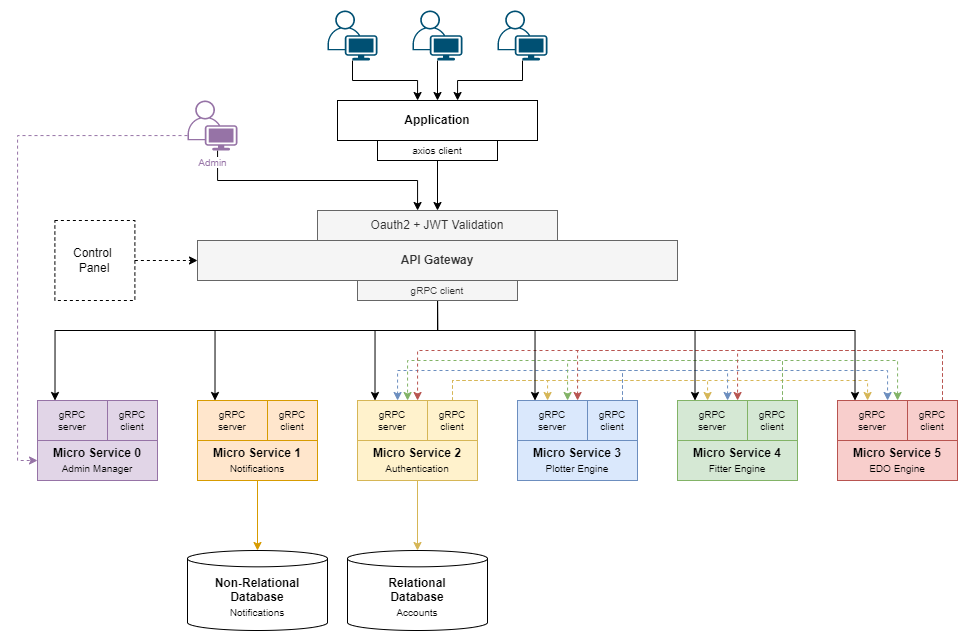
Above: docs/schemas/Architecture_HLA_general.png in LionOfGraphs/log (draw.io), before the change. Source tidied: cells renumbered, new cells last; positions are measured from the earlier drawing's top-left corner, leaving out a move shared by most shapes. Its diagram source:
```xml
<mxGraphModel>
  <root>
    <mxCell id="0" />
    <mxCell id="1" parent="0" />
    <mxCell id="2" style="edgeStyle=orthogonalEdgeStyle;rounded=0;jettySize=auto;html=1;fontSize=10;fillColor=#fff2cc;strokeColor=#d6b656;" parent="1" edge="1" source="3" target="53">
      <mxGeometry relative="1" as="geometry" />
    </mxCell>
    <mxCell id="3" value="&lt;b&gt;Micro Service 2&lt;br&gt;&lt;/b&gt;&lt;font style=&quot;font-size: 10px&quot;&gt;Authentication&lt;/font&gt;" style="rounded=0;whiteSpace=wrap;html=1;fillColor=#fff2cc;strokeColor=#d6b656;" parent="1" vertex="1">
      <mxGeometry x="340" y="430" width="120" height="40" as="geometry" />
    </mxCell>
    <mxCell id="4" value="API Gateway" style="rounded=0;whiteSpace=wrap;html=1;fontStyle=1;fillColor=#f5f5f5;fontColor=#333333;strokeColor=#666666;" parent="1" vertex="1">
      <mxGeometry x="180" y="230" width="480" height="40" as="geometry" />
    </mxCell>
    <mxCell id="5" value="&lt;b&gt;Micro Service 3&lt;br&gt;&lt;/b&gt;&lt;font style=&quot;font-size: 10px&quot;&gt;Plotter Engine&lt;/font&gt;" style="rounded=0;whiteSpace=wrap;html=1;fillColor=#dae8fc;strokeColor=#6c8ebf;" parent="1" vertex="1">
      <mxGeometry x="500" y="430" width="120" height="40" as="geometry" />
    </mxCell>
    <mxCell id="6" style="edgeStyle=orthogonalEdgeStyle;rounded=0;jettySize=auto;html=1;" parent="1" edge="1" source="7" target="49">
      <mxGeometry relative="1" as="geometry">
        <Array as="points">
          <mxPoint x="335" y="70" />
          <mxPoint x="400" y="70" />
        </Array>
      </mxGeometry>
    </mxCell>
    <mxCell id="7" style="points=[[0.35,0,0],[0.98,0.51,0],[1,0.71,0],[0.67,1,0],[0,0.795,0],[0,0.65,0]];verticalLabelPosition=bottom;sketch=0;html=1;verticalAlign=top;align=center;shape=mxgraph.cisco19.user;fillColor=#005073;strokeColor=none;fontSize=10;" parent="1" vertex="1">
      <mxGeometry x="310" width="50" height="50" as="geometry" />
    </mxCell>
    <mxCell id="8" value="&lt;b&gt;Micro Service 4&lt;br&gt;&lt;/b&gt;&lt;font style=&quot;font-size: 10px&quot;&gt;Fitter Engine&lt;/font&gt;" style="rounded=0;whiteSpace=wrap;html=1;fillColor=#d5e8d4;strokeColor=#82b366;" parent="1" vertex="1">
      <mxGeometry x="660" y="430" width="120" height="40" as="geometry" />
    </mxCell>
    <mxCell id="9" value="&lt;b&gt;Micro Service 5&lt;br&gt;&lt;/b&gt;&lt;font style=&quot;font-size: 10px&quot;&gt;EDO Engine&lt;/font&gt;" style="rounded=0;whiteSpace=wrap;html=1;fillColor=#f8cecc;strokeColor=#b85450;" parent="1" vertex="1">
      <mxGeometry x="820" y="430" width="120" height="40" as="geometry" />
    </mxCell>
    <mxCell id="10" style="edgeStyle=orthogonalEdgeStyle;rounded=0;jettySize=auto;html=1;" parent="1" edge="1" source="11" target="49">
      <mxGeometry relative="1" as="geometry">
        <Array as="points">
          <mxPoint x="505" y="70" />
          <mxPoint x="440" y="70" />
        </Array>
      </mxGeometry>
    </mxCell>
    <mxCell id="11" style="points=[[0.35,0,0],[0.98,0.51,0],[1,0.71,0],[0.67,1,0],[0,0.795,0],[0,0.65,0]];verticalLabelPosition=bottom;sketch=0;html=1;verticalAlign=top;align=center;shape=mxgraph.cisco19.user;fillColor=#005073;strokeColor=none;fontSize=10;" parent="1" vertex="1">
      <mxGeometry x="480" width="50" height="50" as="geometry" />
    </mxCell>
    <mxCell id="12" value="gRPC&lt;br&gt;server" style="rounded=0;whiteSpace=wrap;html=1;fontSize=10;fillColor=#fff2cc;strokeColor=#d6b656;" parent="1" vertex="1">
      <mxGeometry x="340" y="390" width="70" height="40" as="geometry" />
    </mxCell>
    <mxCell id="13" style="edgeStyle=orthogonalEdgeStyle;rounded=0;jettySize=auto;html=1;dashed=1;fontSize=10;fillColor=#fff2cc;strokeColor=#d6b656;" parent="1" edge="1" source="16" target="17">
      <mxGeometry relative="1" as="geometry">
        <Array as="points">
          <mxPoint x="435" y="370" />
          <mxPoint x="530" y="370" />
        </Array>
      </mxGeometry>
    </mxCell>
    <mxCell id="14" style="edgeStyle=orthogonalEdgeStyle;rounded=0;jettySize=auto;html=1;dashed=1;fontSize=10;fillColor=#fff2cc;strokeColor=#d6b656;" parent="1" edge="1" source="16" target="22">
      <mxGeometry relative="1" as="geometry">
        <Array as="points">
          <mxPoint x="435" y="370" />
          <mxPoint x="690" y="370" />
        </Array>
      </mxGeometry>
    </mxCell>
    <mxCell id="15" style="edgeStyle=orthogonalEdgeStyle;rounded=0;jettySize=auto;html=1;dashed=1;fontSize=10;fillColor=#fff2cc;strokeColor=#d6b656;" parent="1" edge="1" source="16" target="27">
      <mxGeometry relative="1" as="geometry">
        <Array as="points">
          <mxPoint x="435" y="370" />
          <mxPoint x="850" y="370" />
        </Array>
      </mxGeometry>
    </mxCell>
    <mxCell id="16" value="gRPC&lt;br&gt;client" style="rounded=0;whiteSpace=wrap;html=1;fontSize=10;fillColor=#fff2cc;strokeColor=#d6b656;" parent="1" vertex="1">
      <mxGeometry x="410" y="390" width="50" height="40" as="geometry" />
    </mxCell>
    <mxCell id="17" value="gRPC&lt;br&gt;server" style="rounded=0;whiteSpace=wrap;html=1;fontSize=10;fillColor=#dae8fc;strokeColor=#6c8ebf;" parent="1" vertex="1">
      <mxGeometry x="500" y="390" width="70" height="40" as="geometry" />
    </mxCell>
    <mxCell id="18" style="edgeStyle=orthogonalEdgeStyle;rounded=0;jettySize=auto;html=1;dashed=1;fontSize=10;fillColor=#dae8fc;strokeColor=#6c8ebf;" parent="1" edge="1" source="21" target="12">
      <mxGeometry relative="1" as="geometry">
        <Array as="points">
          <mxPoint x="605" y="360" />
          <mxPoint x="380" y="360" />
        </Array>
      </mxGeometry>
    </mxCell>
    <mxCell id="19" style="edgeStyle=orthogonalEdgeStyle;rounded=0;jettySize=auto;html=1;dashed=1;fontSize=10;fillColor=#dae8fc;strokeColor=#6c8ebf;" parent="1" edge="1" source="21" target="22">
      <mxGeometry relative="1" as="geometry">
        <Array as="points">
          <mxPoint x="605" y="360" />
          <mxPoint x="710" y="360" />
        </Array>
      </mxGeometry>
    </mxCell>
    <mxCell id="20" style="edgeStyle=orthogonalEdgeStyle;rounded=0;jettySize=auto;html=1;dashed=1;fontSize=10;fillColor=#dae8fc;strokeColor=#6c8ebf;" parent="1" edge="1" source="21" target="27">
      <mxGeometry relative="1" as="geometry">
        <Array as="points">
          <mxPoint x="605" y="360" />
          <mxPoint x="870" y="360" />
        </Array>
      </mxGeometry>
    </mxCell>
    <mxCell id="21" value="gRPC&lt;br&gt;client" style="rounded=0;whiteSpace=wrap;html=1;fontSize=10;fillColor=#dae8fc;strokeColor=#6c8ebf;" parent="1" vertex="1">
      <mxGeometry x="570" y="390" width="50" height="40" as="geometry" />
    </mxCell>
    <mxCell id="22" value="gRPC&lt;br&gt;server" style="rounded=0;whiteSpace=wrap;html=1;fontSize=10;fillColor=#d5e8d4;strokeColor=#82b366;" parent="1" vertex="1">
      <mxGeometry x="660" y="390" width="70" height="40" as="geometry" />
    </mxCell>
    <mxCell id="23" style="edgeStyle=orthogonalEdgeStyle;rounded=0;jettySize=auto;html=1;dashed=1;fontSize=10;fillColor=#d5e8d4;strokeColor=#82b366;" parent="1" edge="1" source="26" target="17">
      <mxGeometry relative="1" as="geometry">
        <Array as="points">
          <mxPoint x="765" y="350" />
          <mxPoint x="550" y="350" />
        </Array>
      </mxGeometry>
    </mxCell>
    <mxCell id="24" style="edgeStyle=orthogonalEdgeStyle;rounded=0;jettySize=auto;html=1;dashed=1;fontSize=10;fillColor=#d5e8d4;strokeColor=#82b366;" parent="1" edge="1" source="26" target="27">
      <mxGeometry relative="1" as="geometry">
        <Array as="points">
          <mxPoint x="765" y="350" />
          <mxPoint x="880" y="350" />
        </Array>
      </mxGeometry>
    </mxCell>
    <mxCell id="25" style="edgeStyle=orthogonalEdgeStyle;rounded=0;jettySize=auto;html=1;dashed=1;fontSize=10;fillColor=#d5e8d4;strokeColor=#82b366;" parent="1" edge="1" source="26" target="12">
      <mxGeometry relative="1" as="geometry">
        <Array as="points">
          <mxPoint x="765" y="350" />
          <mxPoint x="390" y="350" />
        </Array>
      </mxGeometry>
    </mxCell>
    <mxCell id="26" value="gRPC&lt;br&gt;client" style="rounded=0;whiteSpace=wrap;html=1;fontSize=10;fillColor=#d5e8d4;strokeColor=#82b366;" parent="1" vertex="1">
      <mxGeometry x="730" y="390" width="50" height="40" as="geometry" />
    </mxCell>
    <mxCell id="27" value="gRPC&lt;br&gt;server" style="rounded=0;whiteSpace=wrap;html=1;fontSize=10;fillColor=#f8cecc;strokeColor=#b85450;" parent="1" vertex="1">
      <mxGeometry x="820" y="390" width="70" height="40" as="geometry" />
    </mxCell>
    <mxCell id="28" style="edgeStyle=orthogonalEdgeStyle;rounded=0;jettySize=auto;html=1;dashed=1;fontSize=10;fillColor=#f8cecc;strokeColor=#b85450;" parent="1" edge="1" source="31" target="22">
      <mxGeometry relative="1" as="geometry">
        <Array as="points">
          <mxPoint x="925" y="340" />
          <mxPoint x="720" y="340" />
        </Array>
      </mxGeometry>
    </mxCell>
    <mxCell id="29" style="edgeStyle=orthogonalEdgeStyle;rounded=0;jettySize=auto;html=1;dashed=1;fontSize=10;fillColor=#f8cecc;strokeColor=#b85450;" parent="1" edge="1" source="31" target="17">
      <mxGeometry relative="1" as="geometry">
        <Array as="points">
          <mxPoint x="925" y="340" />
          <mxPoint x="560" y="340" />
        </Array>
      </mxGeometry>
    </mxCell>
    <mxCell id="30" style="edgeStyle=orthogonalEdgeStyle;rounded=0;jettySize=auto;html=1;dashed=1;fontSize=10;fillColor=#f8cecc;strokeColor=#b85450;" parent="1" edge="1" source="31" target="12">
      <mxGeometry relative="1" as="geometry">
        <Array as="points">
          <mxPoint x="925" y="340" />
          <mxPoint x="400" y="340" />
        </Array>
      </mxGeometry>
    </mxCell>
    <mxCell id="31" value="gRPC&lt;br&gt;client" style="rounded=0;whiteSpace=wrap;html=1;fontSize=10;fillColor=#f8cecc;strokeColor=#b85450;" parent="1" vertex="1">
      <mxGeometry x="890" y="390" width="50" height="40" as="geometry" />
    </mxCell>
    <mxCell id="32" value="Oauth2 + JWT Validation" style="rounded=0;whiteSpace=wrap;html=1;fillColor=#f5f5f5;fontColor=#333333;strokeColor=#666666;" parent="1" vertex="1">
      <mxGeometry x="300" y="200" width="240" height="30" as="geometry" />
    </mxCell>
    <mxCell id="33" style="edgeStyle=orthogonalEdgeStyle;rounded=0;jettySize=auto;html=1;entryX=0.25;entryY=0;entryDx=0;entryDy=0;" parent="1" edge="1" source="39" target="12">
      <mxGeometry relative="1" as="geometry">
        <Array as="points">
          <mxPoint x="420" y="320" />
          <mxPoint x="358" y="320" />
        </Array>
      </mxGeometry>
    </mxCell>
    <mxCell id="34" style="edgeStyle=orthogonalEdgeStyle;rounded=0;jettySize=auto;html=1;exitX=0.5;exitY=1;exitDx=0;exitDy=0;entryX=0.25;entryY=0;entryDx=0;entryDy=0;" parent="1" edge="1" source="39" target="59">
      <mxGeometry relative="1" as="geometry">
        <Array as="points">
          <mxPoint x="420" y="320" />
          <mxPoint x="198" y="320" />
        </Array>
      </mxGeometry>
    </mxCell>
    <mxCell id="35" style="edgeStyle=orthogonalEdgeStyle;rounded=0;jettySize=auto;html=1;exitX=0.5;exitY=1;exitDx=0;exitDy=0;entryX=0.25;entryY=0;entryDx=0;entryDy=0;" parent="1" edge="1" source="39" target="43">
      <mxGeometry relative="1" as="geometry">
        <Array as="points">
          <mxPoint x="420" y="320" />
          <mxPoint x="38" y="320" />
        </Array>
      </mxGeometry>
    </mxCell>
    <mxCell id="36" style="edgeStyle=orthogonalEdgeStyle;rounded=0;jettySize=auto;html=1;entryX=0.25;entryY=0;entryDx=0;entryDy=0;" parent="1" edge="1" source="39" target="17">
      <mxGeometry relative="1" as="geometry">
        <Array as="points">
          <mxPoint x="420" y="320" />
          <mxPoint x="518" y="320" />
        </Array>
      </mxGeometry>
    </mxCell>
    <mxCell id="37" style="edgeStyle=orthogonalEdgeStyle;rounded=0;jettySize=auto;html=1;exitX=0.5;exitY=1;exitDx=0;exitDy=0;entryX=0.25;entryY=0;entryDx=0;entryDy=0;" parent="1" edge="1" source="39" target="22">
      <mxGeometry relative="1" as="geometry">
        <Array as="points">
          <mxPoint x="420" y="320" />
          <mxPoint x="678" y="320" />
        </Array>
      </mxGeometry>
    </mxCell>
    <mxCell id="38" style="edgeStyle=orthogonalEdgeStyle;rounded=0;jettySize=auto;html=1;exitX=0.5;exitY=1;exitDx=0;exitDy=0;entryX=0.25;entryY=0;entryDx=0;entryDy=0;" parent="1" edge="1" source="39" target="27">
      <mxGeometry relative="1" as="geometry">
        <Array as="points">
          <mxPoint x="420" y="320" />
          <mxPoint x="838" y="320" />
        </Array>
      </mxGeometry>
    </mxCell>
    <mxCell id="39" value="gRPC client" style="rounded=0;whiteSpace=wrap;html=1;fontSize=10;fillColor=#f5f5f5;fontColor=#333333;strokeColor=#666666;" parent="1" vertex="1">
      <mxGeometry x="340" y="270" width="160" height="20" as="geometry" />
    </mxCell>
    <mxCell id="40" style="edgeStyle=orthogonalEdgeStyle;rounded=0;jettySize=auto;html=1;" parent="1" edge="1" source="41" target="49">
      <mxGeometry relative="1" as="geometry" />
    </mxCell>
    <mxCell id="41" style="points=[[0.35,0,0],[0.98,0.51,0],[1,0.71,0],[0.67,1,0],[0,0.795,0],[0,0.65,0]];verticalLabelPosition=bottom;sketch=0;html=1;verticalAlign=top;align=center;shape=mxgraph.cisco19.user;fillColor=#005073;strokeColor=none;fontSize=10;" parent="1" vertex="1">
      <mxGeometry x="395" width="50" height="50" as="geometry" />
    </mxCell>
    <mxCell id="42" value="&lt;b&gt;Micro Service 0&lt;br&gt;&lt;/b&gt;&lt;font style=&quot;font-size: 10px&quot;&gt;Admin Manager&lt;/font&gt;" style="rounded=0;whiteSpace=wrap;html=1;fillColor=#e1d5e7;strokeColor=#9673a6;" parent="1" vertex="1">
      <mxGeometry x="20" y="430" width="120" height="40" as="geometry" />
    </mxCell>
    <mxCell id="43" value="gRPC&lt;br&gt;server" style="rounded=0;whiteSpace=wrap;html=1;fontSize=10;fillColor=#e1d5e7;strokeColor=#9673a6;" parent="1" vertex="1">
      <mxGeometry x="20" y="390" width="70" height="40" as="geometry" />
    </mxCell>
    <mxCell id="44" value="gRPC&lt;br&gt;client" style="rounded=0;whiteSpace=wrap;html=1;fontSize=10;fillColor=#e1d5e7;strokeColor=#9673a6;" parent="1" vertex="1">
      <mxGeometry x="90" y="390" width="50" height="40" as="geometry" />
    </mxCell>
    <mxCell id="45" style="edgeStyle=orthogonalEdgeStyle;rounded=0;jettySize=auto;html=1;fontSize=10;dashed=1;strokeColor=#9673A6;" parent="1" edge="1" source="47" target="42">
      <mxGeometry relative="1" as="geometry">
        <Array as="points">
          <mxPoint y="125" />
          <mxPoint y="450" />
        </Array>
      </mxGeometry>
    </mxCell>
    <mxCell id="46" style="edgeStyle=orthogonalEdgeStyle;rounded=0;jettySize=auto;html=1;fontSize=10;strokeColor=#000000;" parent="1" edge="1" source="47" target="32">
      <mxGeometry relative="1" as="geometry">
        <Array as="points">
          <mxPoint x="200" y="170" />
          <mxPoint x="400" y="170" />
        </Array>
      </mxGeometry>
    </mxCell>
    <mxCell id="47" value="&lt;span style=&quot;background-color: rgb(255 , 255 , 255)&quot;&gt;&lt;font color=&quot;#9673a6&quot;&gt;Admin&lt;/font&gt;&lt;/span&gt;" style="points=[[0.35,0,0],[0.98,0.51,0],[1,0.71,0],[0.67,1,0],[0,0.795,0],[0,0.65,0]];verticalLabelPosition=bottom;sketch=0;html=1;verticalAlign=top;align=center;shape=mxgraph.cisco19.user;fillColor=#9673A6;strokeColor=none;fontSize=10;" parent="1" vertex="1">
      <mxGeometry x="170" y="90" width="50" height="50" as="geometry" />
    </mxCell>
    <mxCell id="48" style="edgeStyle=orthogonalEdgeStyle;rounded=0;jettySize=auto;html=1;" parent="1" edge="1" source="50" target="32">
      <mxGeometry relative="1" as="geometry" />
    </mxCell>
    <mxCell id="49" value="Application" style="rounded=0;whiteSpace=wrap;html=1;fontStyle=1;" parent="1" vertex="1">
      <mxGeometry x="320" y="90" width="200" height="40" as="geometry" />
    </mxCell>
    <mxCell id="50" value="axios client" style="rounded=0;whiteSpace=wrap;html=1;fontSize=10;" parent="1" vertex="1">
      <mxGeometry x="360" y="130" width="120" height="20" as="geometry" />
    </mxCell>
    <mxCell id="51" style="group;" parent="1" vertex="1">
      <mxGeometry x="330" y="540" width="140" height="80" as="geometry" />
    </mxCell>
    <mxCell id="52" style="group;" parent="51" vertex="1">
      <mxGeometry width="140" height="80" as="geometry" />
    </mxCell>
    <mxCell id="53" value="&lt;b&gt;Relational&lt;br&gt;Database&lt;br&gt;&lt;/b&gt;&lt;font style=&quot;font-size: 10px&quot;&gt;Accounts&lt;br&gt;&lt;/font&gt;" style="shape=cylinder3;whiteSpace=wrap;html=1;boundedLbl=1;backgroundOutline=1;size=8.166646321614621;fontSize=12;strokeColor=default;strokeWidth=1;fillColor=none;" parent="52" vertex="1">
      <mxGeometry width="140" height="80" as="geometry" />
    </mxCell>
    <mxCell id="54" style="group;" parent="1" vertex="1">
      <mxGeometry x="170" y="540" width="140" height="80" as="geometry" />
    </mxCell>
    <mxCell id="55" style="group;" parent="54" vertex="1">
      <mxGeometry width="140" height="80" as="geometry" />
    </mxCell>
    <mxCell id="56" value="&lt;b&gt;Non-Relational&lt;br&gt;Database&lt;br&gt;&lt;/b&gt;&lt;font style=&quot;font-size: 10px&quot;&gt;Notifications&lt;br&gt;&lt;/font&gt;" style="shape=cylinder3;whiteSpace=wrap;html=1;boundedLbl=1;backgroundOutline=1;size=8.166646321614621;fontSize=12;strokeColor=default;strokeWidth=1;fillColor=none;" parent="55" vertex="1">
      <mxGeometry width="140" height="80" as="geometry" />
    </mxCell>
    <mxCell id="57" style="edgeStyle=orthogonalEdgeStyle;rounded=0;jettySize=auto;html=1;exitX=0.5;exitY=1;exitDx=0;exitDy=0;fontFamily=Helvetica;fontSize=12;fontColor=default;fillColor=#ffe6cc;strokeColor=#d79b00;" parent="1" edge="1" source="58" target="56">
      <mxGeometry relative="1" as="geometry" />
    </mxCell>
    <mxCell id="58" value="&lt;b&gt;Micro Service 1&lt;br&gt;&lt;/b&gt;&lt;font style=&quot;font-size: 10px&quot;&gt;Notifications&lt;/font&gt;" style="rounded=0;whiteSpace=wrap;html=1;fillColor=#ffe6cc;strokeColor=#d79b00;" parent="1" vertex="1">
      <mxGeometry x="180" y="430" width="120" height="40" as="geometry" />
    </mxCell>
    <mxCell id="59" value="gRPC&lt;br&gt;server" style="rounded=0;whiteSpace=wrap;html=1;fontSize=10;fillColor=#ffe6cc;strokeColor=#d79b00;" parent="1" vertex="1">
      <mxGeometry x="180" y="390" width="70" height="40" as="geometry" />
    </mxCell>
    <mxCell id="60" value="gRPC&lt;br&gt;client" style="rounded=0;whiteSpace=wrap;html=1;fontSize=10;fillColor=#ffe6cc;strokeColor=#d79b00;" parent="1" vertex="1">
      <mxGeometry x="250" y="390" width="50" height="40" as="geometry" />
    </mxCell>
    <mxCell id="61" style="edgeStyle=orthogonalEdgeStyle;rounded=0;jettySize=auto;html=1;fontSize=10;dashed=1;" parent="1" edge="1" source="62" target="4">
      <mxGeometry relative="1" as="geometry" />
    </mxCell>
    <mxCell id="62" value="Control &lt;br&gt;Panel" style="rounded=0;whiteSpace=wrap;html=1;dashed=1;" parent="1" vertex="1">
      <mxGeometry x="37.4" y="210" width="80" height="80" as="geometry" />
    </mxCell>
  </root>
</mxGraphModel>
```
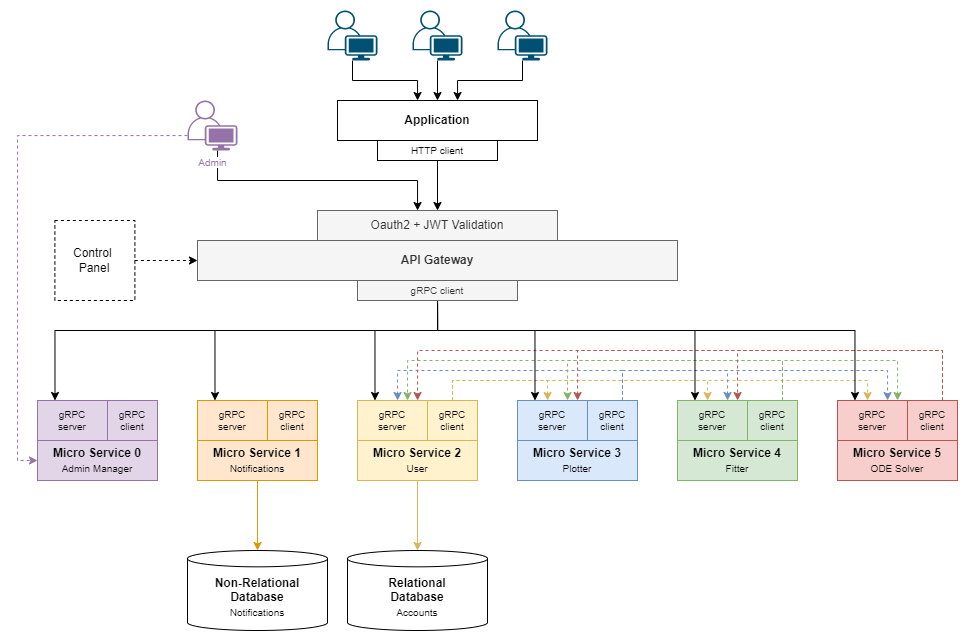
Later version of the same file.

The edit, as a diff of the source:
```diff
@@ -5,13 +5,13 @@
     <mxCell id="2" style="edgeStyle=orthogonalEdgeStyle;rounded=0;jettySize=auto;html=1;fontSize=10;fillColor=#fff2cc;strokeColor=#d6b656;" parent="1" edge="1" source="3" target="53">
       <mxGeometry relative="1" as="geometry" />
     </mxCell>
-    <mxCell id="3" value="&lt;b&gt;Micro Service 2&lt;br&gt;&lt;/b&gt;&lt;font style=&quot;font-size: 10px&quot;&gt;Authentication&lt;/font&gt;" style="rounded=0;whiteSpace=wrap;html=1;fillColor=#fff2cc;strokeColor=#d6b656;" parent="1" vertex="1">
+    <mxCell id="3" value="&lt;b&gt;Micro Service 2&lt;br&gt;&lt;/b&gt;&lt;font style=&quot;font-size: 10px&quot;&gt;User&lt;/font&gt;" style="rounded=0;whiteSpace=wrap;html=1;fillColor=#fff2cc;strokeColor=#d6b656;" parent="1" vertex="1">
       <mxGeometry x="340" y="430" width="120" height="40" as="geometry" />
     </mxCell>
     <mxCell id="4" value="API Gateway" style="rounded=0;whiteSpace=wrap;html=1;fontStyle=1;fillColor=#f5f5f5;fontColor=#333333;strokeColor=#666666;" parent="1" vertex="1">
       <mxGeometry x="180" y="230" width="480" height="40" as="geometry" />
     </mxCell>
-    <mxCell id="5" value="&lt;b&gt;Micro Service 3&lt;br&gt;&lt;/b&gt;&lt;font style=&quot;font-size: 10px&quot;&gt;Plotter Engine&lt;/font&gt;" style="rounded=0;whiteSpace=wrap;html=1;fillColor=#dae8fc;strokeColor=#6c8ebf;" parent="1" vertex="1">
+    <mxCell id="5" value="&lt;b&gt;Micro Service 3&lt;br&gt;&lt;/b&gt;&lt;font style=&quot;font-size: 10px&quot;&gt;Plotter&lt;/font&gt;" style="rounded=0;whiteSpace=wrap;html=1;fillColor=#dae8fc;strokeColor=#6c8ebf;" parent="1" vertex="1">
       <mxGeometry x="500" y="430" width="120" height="40" as="geometry" />
     </mxCell>
     <mxCell id="6" style="edgeStyle=orthogonalEdgeStyle;rounded=0;jettySize=auto;html=1;" parent="1" edge="1" source="7" target="49">
@@ -25,10 +25,10 @@
     <mxCell id="7" style="points=[[0.35,0,0],[0.98,0.51,0],[1,0.71,0],[0.67,1,0],[0,0.795,0],[0,0.65,0]];verticalLabelPosition=bottom;sketch=0;html=1;verticalAlign=top;align=center;shape=mxgraph.cisco19.user;fillColor=#005073;strokeColor=none;fontSize=10;" parent="1" vertex="1">
       <mxGeometry x="310" width="50" height="50" as="geometry" />
     </mxCell>
-    <mxCell id="8" value="&lt;b&gt;Micro Service 4&lt;br&gt;&lt;/b&gt;&lt;font style=&quot;font-size: 10px&quot;&gt;Fitter Engine&lt;/font&gt;" style="rounded=0;whiteSpace=wrap;html=1;fillColor=#d5e8d4;strokeColor=#82b366;" parent="1" vertex="1">
+    <mxCell id="8" value="&lt;b&gt;Micro Service 4&lt;br&gt;&lt;/b&gt;&lt;font style=&quot;font-size: 10px&quot;&gt;Fitter&lt;/font&gt;" style="rounded=0;whiteSpace=wrap;html=1;fillColor=#d5e8d4;strokeColor=#82b366;" parent="1" vertex="1">
       <mxGeometry x="660" y="430" width="120" height="40" as="geometry" />
     </mxCell>
-    <mxCell id="9" value="&lt;b&gt;Micro Service 5&lt;br&gt;&lt;/b&gt;&lt;font style=&quot;font-size: 10px&quot;&gt;EDO Engine&lt;/font&gt;" style="rounded=0;whiteSpace=wrap;html=1;fillColor=#f8cecc;strokeColor=#b85450;" parent="1" vertex="1">
+    <mxCell id="9" value="&lt;b&gt;Micro Service 5&lt;br&gt;&lt;/b&gt;&lt;font style=&quot;font-size: 10px&quot;&gt;ODE Solver&lt;/font&gt;" style="rounded=0;whiteSpace=wrap;html=1;fillColor=#f8cecc;strokeColor=#b85450;" parent="1" vertex="1">
       <mxGeometry x="820" y="430" width="120" height="40" as="geometry" />
     </mxCell>
     <mxCell id="10" style="edgeStyle=orthogonalEdgeStyle;rounded=0;jettySize=auto;html=1;" parent="1" edge="1" source="11" target="49">
@@ -256,7 +256,7 @@
     <mxCell id="49" value="Application" style="rounded=0;whiteSpace=wrap;html=1;fontStyle=1;" parent="1" vertex="1">
       <mxGeometry x="320" y="90" width="200" height="40" as="geometry" />
     </mxCell>
-    <mxCell id="50" value="axios client" style="rounded=0;whiteSpace=wrap;html=1;fontSize=10;" parent="1" vertex="1">
+    <mxCell id="50" value="HTTP client" style="rounded=0;whiteSpace=wrap;html=1;fontSize=10;" parent="1" vertex="1">
       <mxGeometry x="360" y="130" width="120" height="20" as="geometry" />
     </mxCell>
     <mxCell id="51" style="group;" parent="1" vertex="1">
```
